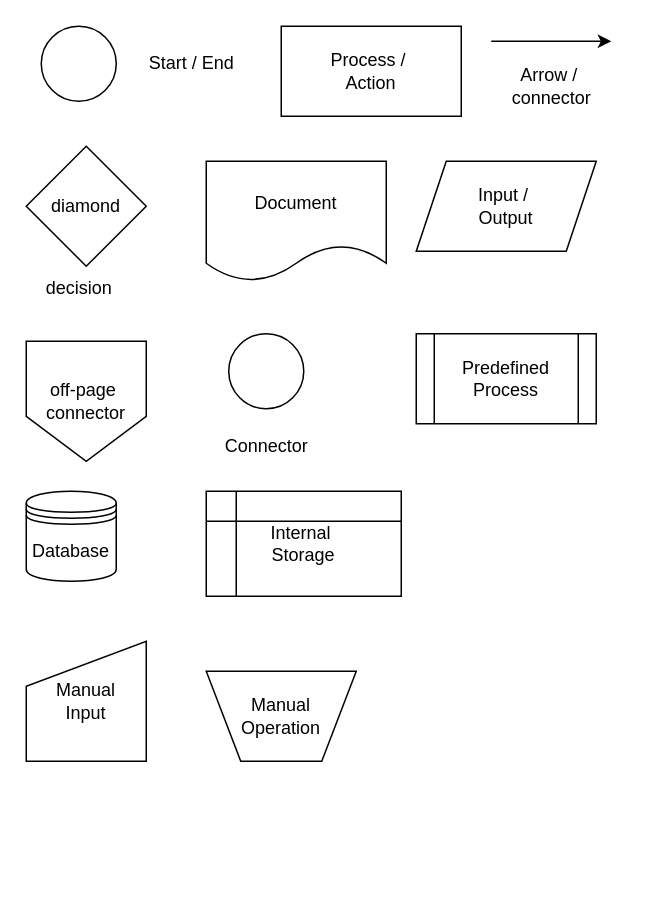
The draw.io diagram ProcessMapping.drawio in rashiop/diagrams, before the edit. Source tidied: cells renumbered, new cells numbered last; positions are measured from the earlier drawing's top-left corner, leaving out a move shared by most shapes. Both pictures are drawn from the tidied source at 150%, with x=0, y=0 at pixel (26, 26).
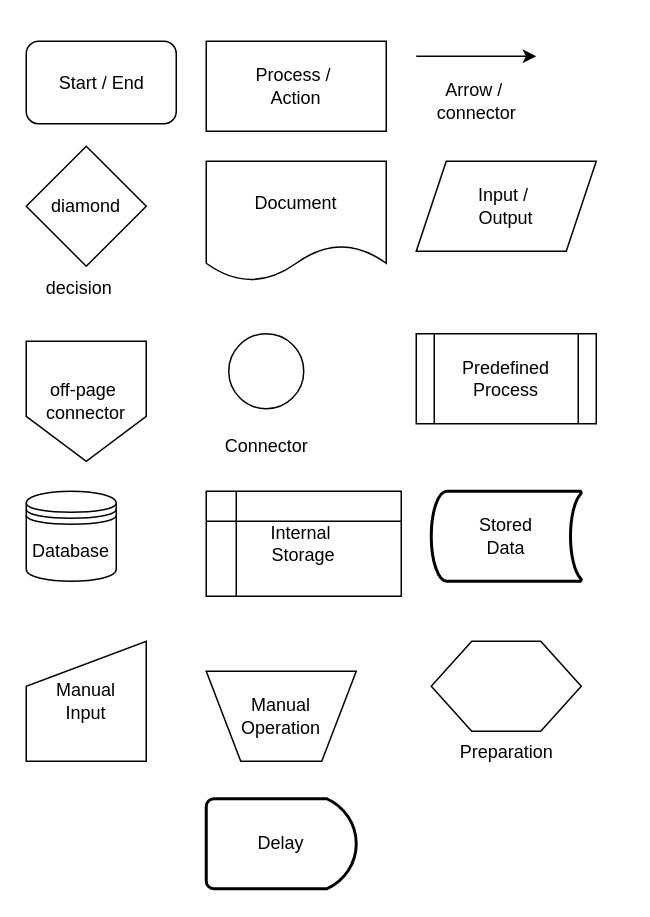
After the change.

Commit message:
docs: add basic symbol

What changed in the source:
```diff
@@
-    <mxCell id="2" style="ellipse;whiteSpace=wrap;html=1;" parent="1" vertex="1">
-      <mxGeometry x="10" width="50" height="50" as="geometry" />
-    </mxCell>
-    <mxCell id="3" value="Start / End" style="text;html=1;align=center;verticalAlign=middle;strokeColor=none;fillColor=none;" parent="1" vertex="1">
-      <mxGeometry x="70" y="10" width="80" height="30" as="geometry" />
-    </mxCell>
     <mxCell id="4" value="Process /&amp;nbsp;&lt;br&gt;Action" style="rounded=0;whiteSpace=wrap;html=1;" parent="1" vertex="1">
-      <mxGeometry x="170" width="120" height="60" as="geometry" />
+      <mxGeometry x="120" y="10" width="120" height="60" as="geometry" />
     </mxCell>
     <mxCell id="5" style="group;" parent="1" vertex="1">
-      <mxGeometry x="310" y="10" width="80" height="50" as="geometry" />
+      <mxGeometry x="260" y="20" width="80" height="50" as="geometry" />
     </mxCell>
@@
+    <mxCell id="20" value="Preparation" style="verticalLabelPosition=bottom;verticalAlign=top;html=1;shape=hexagon;perimeter=hexagonPerimeter2;arcSize=6;size=0.27;" parent="1" vertex="1">
+      <mxGeometry x="270" y="410" width="100" height="60" as="geometry" />
+    </mxCell>
+    <mxCell id="21" value="Stored&lt;br&gt;Data" style="strokeWidth=2;html=1;shape=mxgraph.flowchart.stored_data;whiteSpace=wrap;" parent="1" vertex="1">
+      <mxGeometry x="270" y="310" width="100" height="60" as="geometry" />
+    </mxCell>
+    <mxCell id="22" value="Delay" style="strokeWidth=2;html=1;shape=mxgraph.flowchart.delay;whiteSpace=wrap;" parent="1" vertex="1">
+      <mxGeometry x="120" y="515" width="100" height="60" as="geometry" />
+    </mxCell>
+    <mxCell id="23" style="rounded=1;whiteSpace=wrap;html=1;" parent="1" vertex="1">
+      <mxGeometry y="10" width="100" height="55" as="geometry" />
+    </mxCell>
+    <mxCell id="3" value="Start / End" style="text;html=1;align=center;verticalAlign=middle;strokeColor=none;fillColor=none;" parent="1" vertex="1">
+      <mxGeometry x="10" y="22.5" width="80" height="30" as="geometry" />
+    </mxCell>
```
